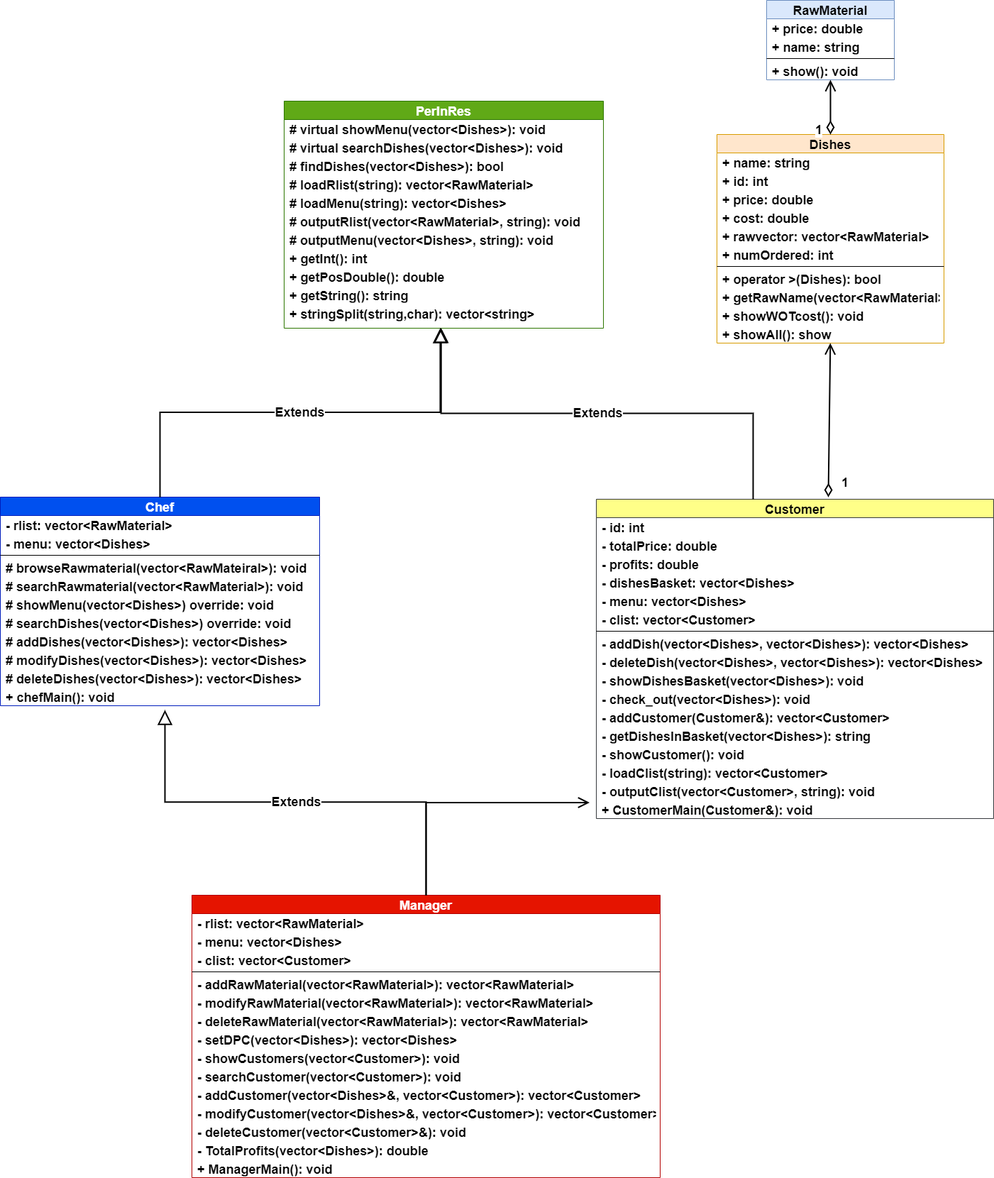
This is UML.png from 1102131860/CPT106, a draw.io export, as it was before one commit. Source tidied: cells renumbered, new cells last; positions are measured from the earlier drawing's top-left corner, leaving out a move shared by most shapes.
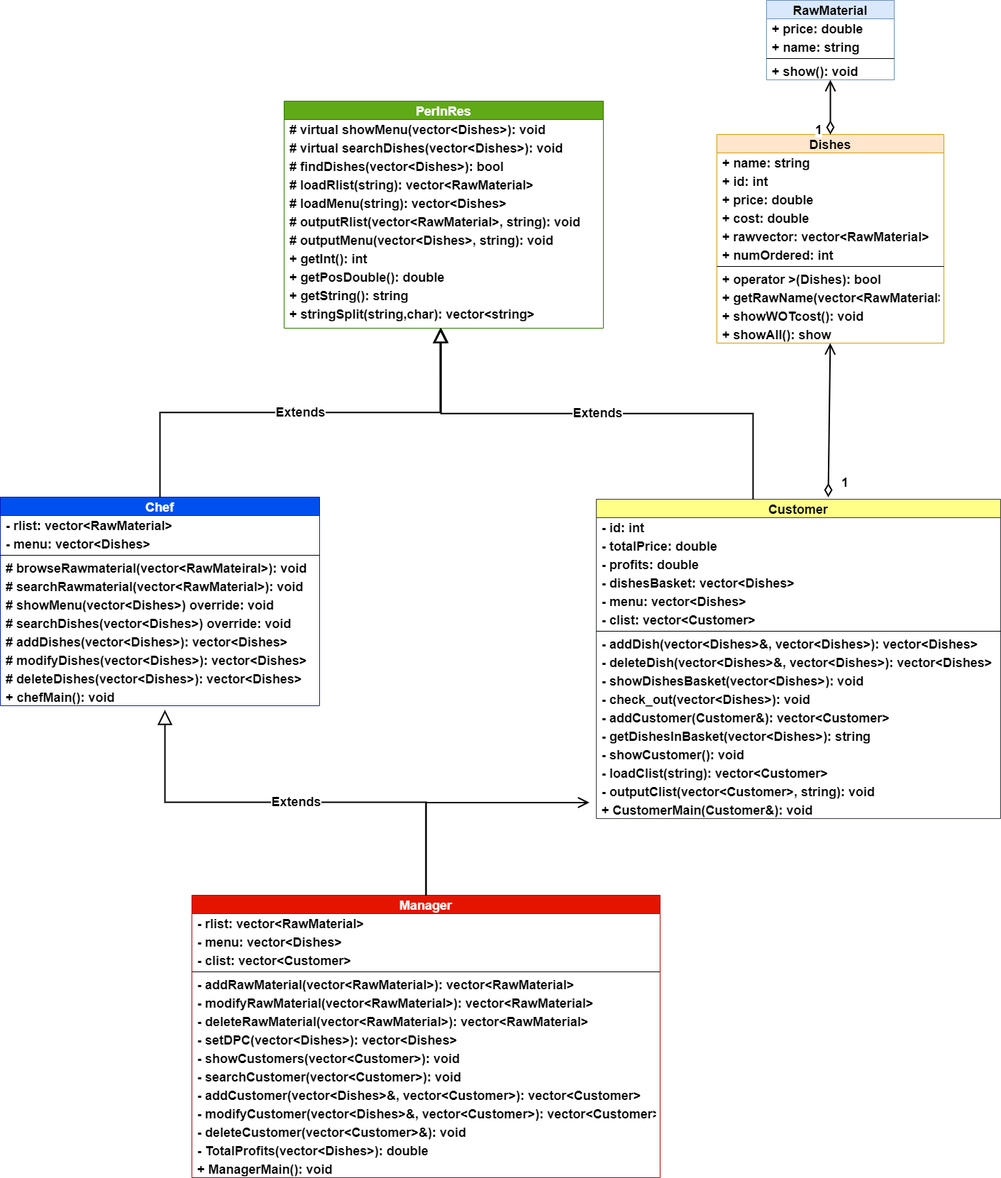
After the change.

The edit, as a diff of the source:
```diff
@@ -75,58 +75,58 @@
       <mxGeometry y="268" width="450" height="26" as="geometry" />
     </mxCell>
     <mxCell id="26" value="Customer" style="swimlane;fontStyle=1;align=center;verticalAlign=middle;horizontal=1;startSize=26;rounded=0;shadow=0;strokeWidth=1;fontSize=18;fillColor=#ffff88;strokeColor=#36393d;spacing=4;" parent="1" vertex="1">
-      <mxGeometry x="840" y="703" width="560" height="450" as="geometry" />
+      <mxGeometry x="840" y="703" width="570" height="450" as="geometry" />
     </mxCell>
     <mxCell id="27" value="- id: int " style="text;align=left;verticalAlign=middle;spacingLeft=4;spacingRight=4;overflow=hidden;fontSize=18;fontStyle=1;spacing=4;" parent="26" vertex="1">
-      <mxGeometry y="26" width="560" height="26" as="geometry" />
+      <mxGeometry y="26" width="570" height="26" as="geometry" />
     </mxCell>
     <mxCell id="28" value="- totalPrice: double" style="text;align=left;verticalAlign=middle;spacingLeft=4;spacingRight=4;overflow=hidden;rounded=0;shadow=0;html=0;fontSize=18;fontStyle=1;spacing=4;" parent="26" vertex="1">
-      <mxGeometry y="52" width="560" height="26" as="geometry" />
+      <mxGeometry y="52" width="570" height="26" as="geometry" />
     </mxCell>
     <mxCell id="29" value="- profits: double" style="text;align=left;verticalAlign=middle;spacingLeft=4;spacingRight=4;overflow=hidden;rounded=0;shadow=0;html=0;fontSize=18;fontStyle=1;spacing=4;" parent="26" vertex="1">
-      <mxGeometry y="78" width="560" height="26" as="geometry" />
+      <mxGeometry y="78" width="570" height="26" as="geometry" />
     </mxCell>
     <mxCell id="30" value="- dishesBasket: vector&lt;Dishes&gt;" style="text;align=left;verticalAlign=middle;spacingLeft=4;spacingRight=4;overflow=hidden;rounded=0;shadow=0;html=0;fontSize=18;fontStyle=1;spacing=4;" parent="26" vertex="1">
-      <mxGeometry y="104" width="560" height="26" as="geometry" />
+      <mxGeometry y="104" width="570" height="26" as="geometry" />
     </mxCell>
     <mxCell id="31" value="- menu: vector&lt;Dishes&gt;" style="text;align=left;verticalAlign=middle;spacingLeft=4;spacingRight=4;overflow=hidden;rounded=0;shadow=0;html=0;fontSize=18;fontStyle=1;spacing=4;" parent="26" vertex="1">
-      <mxGeometry y="130" width="560" height="26" as="geometry" />
+      <mxGeometry y="130" width="570" height="26" as="geometry" />
     </mxCell>
     <mxCell id="32" value="- clist: vector&lt;Customer&gt;" style="text;strokeColor=none;fillColor=none;align=left;verticalAlign=middle;spacingLeft=4;spacingRight=4;overflow=hidden;rounded=0;glass=0;sketch=0;fontSize=18;fontStyle=1;spacing=4;" parent="26" vertex="1">
-      <mxGeometry y="156" width="560" height="26" as="geometry" />
+      <mxGeometry y="156" width="570" height="26" as="geometry" />
     </mxCell>
     <mxCell id="33" style="line;html=1;strokeWidth=1;align=left;verticalAlign=middle;spacingTop=-1;spacingLeft=3;spacingRight=3;labelPosition=right;fontSize=18;fontStyle=1;spacing=4;" parent="26" vertex="1">
-      <mxGeometry y="182" width="560" height="8" as="geometry" />
+      <mxGeometry y="182" width="570" height="8" as="geometry" />
     </mxCell>
-    <mxCell id="34" value="- addDish(vector&lt;Dishes&gt;, vector&lt;Dishes&gt;): vector&lt;Dishes&gt;" style="text;align=left;verticalAlign=middle;spacingLeft=4;spacingRight=4;overflow=hidden;fontSize=18;fontStyle=1;spacing=4;" parent="26" vertex="1">
-      <mxGeometry y="190" width="560" height="26" as="geometry" />
+    <mxCell id="34" value="- addDish(vector&lt;Dishes&gt;&amp;, vector&lt;Dishes&gt;): vector&lt;Dishes&gt;" style="text;align=left;verticalAlign=middle;spacingLeft=4;spacingRight=4;overflow=hidden;fontSize=18;fontStyle=1;spacing=4;" parent="26" vertex="1">
+      <mxGeometry y="190" width="570" height="26" as="geometry" />
     </mxCell>
-    <mxCell id="35" value="- deleteDish(vector&lt;Dishes&gt;, vector&lt;Dishes&gt;): vector&lt;Dishes&gt;" style="text;strokeColor=none;fillColor=none;align=left;verticalAlign=middle;spacingLeft=4;spacingRight=4;overflow=hidden;rounded=0;glass=0;sketch=0;fontSize=18;fontStyle=1;spacing=4;" parent="26" vertex="1">
-      <mxGeometry y="216" width="560" height="26" as="geometry" />
+    <mxCell id="35" value="- deleteDish(vector&lt;Dishes&gt;&amp;, vector&lt;Dishes&gt;): vector&lt;Dishes&gt;" style="text;strokeColor=none;fillColor=none;align=left;verticalAlign=middle;spacingLeft=4;spacingRight=4;overflow=hidden;rounded=0;glass=0;sketch=0;fontSize=18;fontStyle=1;spacing=4;" parent="26" vertex="1">
+      <mxGeometry y="216" width="570" height="26" as="geometry" />
     </mxCell>
     <mxCell id="36" value="- showDishesBasket(vector&lt;Dishes&gt;): void" style="text;strokeColor=none;fillColor=none;align=left;verticalAlign=middle;spacingLeft=4;spacingRight=4;overflow=hidden;rounded=0;glass=0;sketch=0;fontSize=18;fontStyle=1;spacing=4;" parent="26" vertex="1">
-      <mxGeometry y="242" width="560" height="26" as="geometry" />
+      <mxGeometry y="242" width="570" height="26" as="geometry" />
     </mxCell>
     <mxCell id="37" value="- check_out(vector&lt;Dishes&gt;): void" style="text;strokeColor=none;fillColor=none;align=left;verticalAlign=middle;spacingLeft=4;spacingRight=4;overflow=hidden;rounded=0;glass=0;sketch=0;fontSize=18;fontStyle=1;spacing=4;" parent="26" vertex="1">
-      <mxGeometry y="268" width="560" height="26" as="geometry" />
+      <mxGeometry y="268" width="570" height="26" as="geometry" />
     </mxCell>
     <mxCell id="38" value="- addCustomer(Customer&amp;): vector&lt;Customer&gt;" style="text;strokeColor=none;fillColor=none;align=left;verticalAlign=middle;spacingLeft=4;spacingRight=4;overflow=hidden;rounded=0;glass=0;sketch=0;fontSize=18;fontStyle=1;spacing=4;" parent="26" vertex="1">
-      <mxGeometry y="294" width="560" height="26" as="geometry" />
+      <mxGeometry y="294" width="570" height="26" as="geometry" />
     </mxCell>
     <mxCell id="39" value="- getDishesInBasket(vector&lt;Dishes&gt;): string" style="text;strokeColor=none;fillColor=none;align=left;verticalAlign=middle;spacingLeft=4;spacingRight=4;overflow=hidden;rounded=0;glass=0;sketch=0;fontSize=18;fontStyle=1;spacing=4;" parent="26" vertex="1">
-      <mxGeometry y="320" width="560" height="26" as="geometry" />
+      <mxGeometry y="320" width="570" height="26" as="geometry" />
     </mxCell>
     <mxCell id="40" value="- showCustomer(): void" style="text;strokeColor=none;fillColor=none;align=left;verticalAlign=middle;spacingLeft=4;spacingRight=4;overflow=hidden;rounded=0;glass=0;sketch=0;fontSize=18;fontStyle=1;spacing=4;" parent="26" vertex="1">
-      <mxGeometry y="346" width="560" height="26" as="geometry" />
+      <mxGeometry y="346" width="570" height="26" as="geometry" />
     </mxCell>
     <mxCell id="41" value="- loadClist(string): vector&lt;Customer&gt;" style="text;strokeColor=none;fillColor=none;align=left;verticalAlign=middle;spacingLeft=4;spacingRight=4;overflow=hidden;rounded=0;glass=0;sketch=0;fontSize=18;fontStyle=1;spacing=4;" parent="26" vertex="1">
-      <mxGeometry y="372" width="560" height="26" as="geometry" />
+      <mxGeometry y="372" width="570" height="26" as="geometry" />
     </mxCell>
     <mxCell id="42" value="- outputClist(vector&lt;Customer&gt;, string): void" style="text;align=left;verticalAlign=middle;spacingLeft=4;spacingRight=4;overflow=hidden;points=[[0,0.5],[1,0.5]];portConstraint=eastwest;fontSize=18;fontStyle=1;spacing=4;" parent="26" vertex="1">
-      <mxGeometry y="398" width="560" height="26" as="geometry" />
+      <mxGeometry y="398" width="570" height="26" as="geometry" />
     </mxCell>
     <mxCell id="43" value="+ CustomerMain(Customer&amp;): void" style="text;strokeColor=none;fillColor=none;align=left;verticalAlign=middle;spacingLeft=4;spacingRight=4;overflow=hidden;rounded=0;glass=0;sketch=0;fontSize=18;fontStyle=1;spacing=4;" parent="26" vertex="1">
-      <mxGeometry y="424" width="560" height="26" as="geometry" />
+      <mxGeometry y="424" width="570" height="26" as="geometry" />
     </mxCell>
     <mxCell id="44" value="Manager" style="swimlane;fontStyle=1;horizontal=1;startSize=26;fontSize=18;fillColor=#e51400;fontColor=#ffffff;strokeColor=#B20000;verticalAlign=middle;spacing=4;" parent="1" vertex="1">
       <mxGeometry x="270" y="1261" width="660" height="398" as="geometry" />
```
